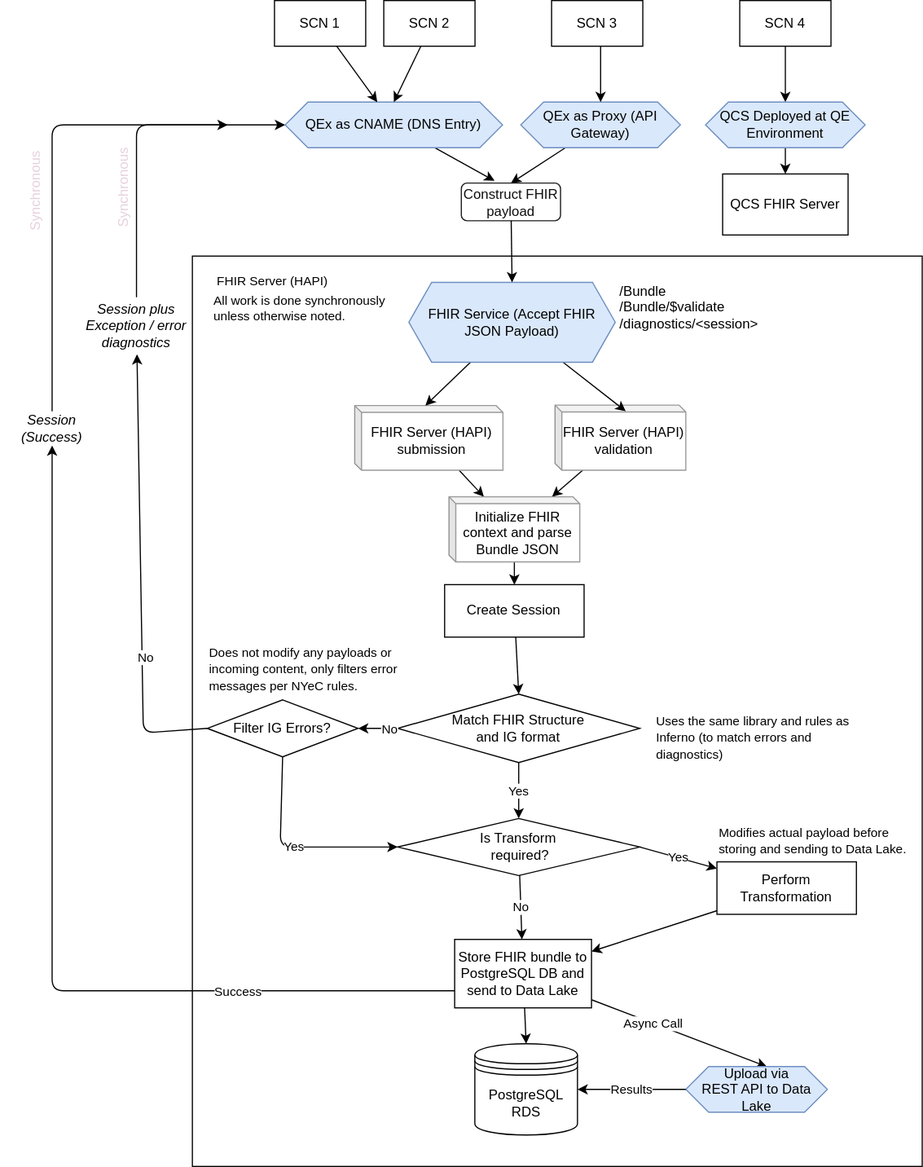
The draw.io diagram support/docs/qcs-fhir-service.drawio.svg in qe-collaborative-services/1115-hub, before a commit. Source tidied: cells renumbered, new cells last; positions are measured from the earlier drawing's top-left corner, leaving out a move shared by most shapes.
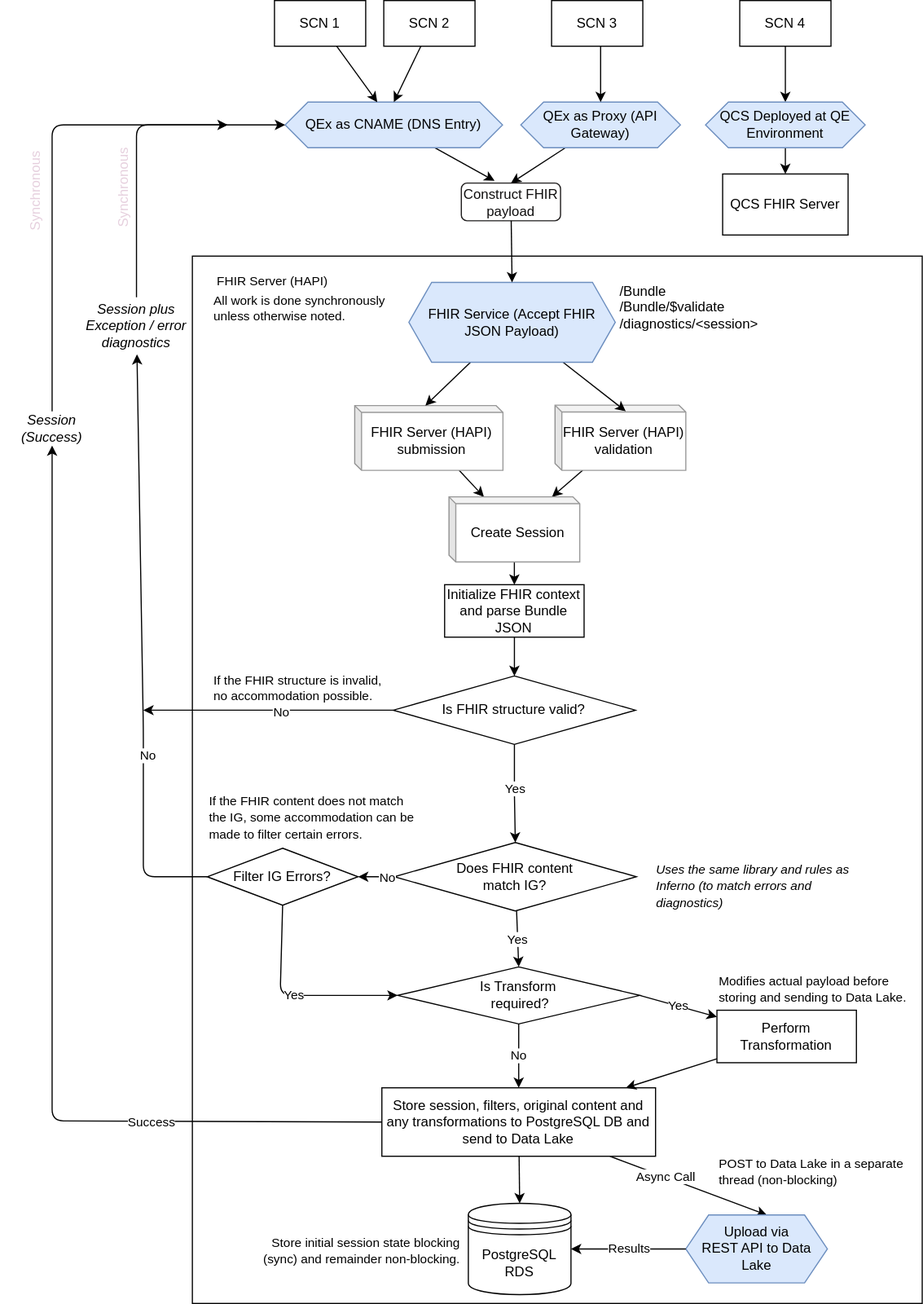
After the change.

Commit message:
docs: distinguish structure vs. content

Diff of the diagram source:
```diff
@@ -22,7 +22,7 @@
       <mxGeometry x="420.9" y="160" width="87" height="33" as="geometry" />
     </mxCell>
     <mxCell id="7" style="html=1;whiteSpace=wrap;" parent="1" vertex="1">
-      <mxGeometry x="185" y="224" width="640" height="798" as="geometry" />
+      <mxGeometry x="185" y="224" width="640" height="918" as="geometry" />
     </mxCell>
     <mxCell id="8" style="edgeStyle=none;html=1;fontColor=#000000;" parent="7" edge="1" source="9" target="20">
       <mxGeometry relative="1" as="geometry" />
@@ -36,8 +36,8 @@
     <mxCell id="11" value="&lt;font color=&quot;#000000&quot;&gt;FHIR Server (HAPI) validation&lt;/font&gt;" style="shape=cube;whiteSpace=wrap;html=1;boundedLbl=1;backgroundOutline=1;darkOpacity=0.05;darkOpacity2=0.1;strokeColor=#999999;fontColor=#999999;size=6;" parent="7" vertex="1">
       <mxGeometry x="318" y="130.6" width="114.7" height="57.1" as="geometry" />
     </mxCell>
-    <mxCell id="12" value="Match FHIR Structure&lt;br&gt;and IG format" style="rhombus;whiteSpace=wrap;html=1;" parent="7" vertex="1">
-      <mxGeometry x="180" y="384" width="212.3" height="60" as="geometry" />
+    <mxCell id="12" value="Does FHIR content&lt;br&gt;match IG?" style="rhombus;whiteSpace=wrap;html=1;" parent="7" vertex="1">
+      <mxGeometry x="177" y="514" width="212.3" height="60" as="geometry" />
     </mxCell>
     <mxCell id="13" value="Yes" style="edgeStyle=none;html=1;entryX=0.5;entryY=0;entryDx=0;entryDy=0;" parent="7" edge="1" source="12" target="35">
       <mxGeometry relative="1" as="geometry" />
@@ -56,20 +56,20 @@
     <mxCell id="17" value="Async Call" style="edgeLabel;html=1;align=center;verticalAlign=middle;" parent="16" vertex="1">
       <mxGeometry x="-0.3" relative="1" as="geometry" />
     </mxCell>
-    <mxCell id="18" value="Store FHIR bundle to PostgreSQL DB and send to Data Lake" style="rounded=0;whiteSpace=wrap;html=1;" parent="7" vertex="1">
-      <mxGeometry x="230" y="599" width="120" height="60" as="geometry" />
+    <mxCell id="18" value="Store session, filters, original content and any transformations to PostgreSQL DB and send to Data Lake" style="rounded=0;whiteSpace=wrap;html=1;" parent="7" vertex="1">
+      <mxGeometry x="166.2" y="729" width="240" height="60" as="geometry" />
     </mxCell>
     <mxCell id="19" style="edgeStyle=none;html=1;fontColor=#000000;" parent="7" edge="1" source="20" target="39">
       <mxGeometry relative="1" as="geometry" />
     </mxCell>
-    <mxCell id="20" value="&lt;font color=&quot;#000000&quot;&gt;Initialize FHIR context and parse Bundle JSON&lt;/font&gt;" style="shape=cube;whiteSpace=wrap;html=1;boundedLbl=1;backgroundOutline=1;darkOpacity=0.05;darkOpacity2=0.1;strokeColor=#999999;fontColor=#999999;size=6;" parent="7" vertex="1">
+    <mxCell id="20" value="&lt;span style=&quot;color: rgb(0, 0, 0);&quot;&gt;Create Session&lt;/span&gt;" style="shape=cube;whiteSpace=wrap;html=1;boundedLbl=1;backgroundOutline=1;darkOpacity=0.05;darkOpacity2=0.1;strokeColor=#999999;fontColor=#999999;size=6;" parent="7" vertex="1">
       <mxGeometry x="225" y="211" width="114.7" height="57.1" as="geometry" />
     </mxCell>
     <mxCell id="21" value="PostgreSQL RDS" style="shape=datastore;whiteSpace=wrap;html=1;" parent="7" vertex="1">
-      <mxGeometry x="247.7" y="690.5" width="90" height="80" as="geometry" />
+      <mxGeometry x="242" y="830.2" width="90" height="80" as="geometry" />
     </mxCell>
     <mxCell id="22" value="Upload via&lt;br&gt;REST API to Data Lake" style="shape=hexagon;perimeter=hexagonPerimeter2;whiteSpace=wrap;html=1;fixedSize=1;fillColor=#dae8fc;strokeColor=#6c8ebf;" parent="7" vertex="1">
-      <mxGeometry x="432.7" y="710.5" width="124.2" height="40" as="geometry" />
+      <mxGeometry x="432.7" y="840.5" width="124.2" height="59.5" as="geometry" />
     </mxCell>
     <mxCell id="23" style="edgeStyle=none;html=1;entryX=0.541;entryY=0.094;entryDx=0;entryDy=0;entryPerimeter=0;" parent="7" edge="1" source="25" target="11">
       <mxGeometry relative="1" as="geometry" />
@@ -84,12 +84,12 @@
       <mxGeometry x="372.9" y="15" width="140" height="60" as="geometry" />
     </mxCell>
     <mxCell id="27" value="Filter IG Errors?" style="rhombus;whiteSpace=wrap;html=1;" parent="7" vertex="1">
-      <mxGeometry x="13" y="389" width="132.3" height="50" as="geometry" />
+      <mxGeometry x="13" y="519" width="132.3" height="50" as="geometry" />
     </mxCell>
     <mxCell id="28" value="Yes" style="edgeStyle=none;html=1;entryX=0;entryY=0.5;entryDx=0;entryDy=0;exitX=0.5;exitY=1;exitDx=0;exitDy=0;" parent="7" edge="1" source="27" target="35">
       <mxGeometry relative="1" as="geometry">
         <Array as="points">
-          <mxPoint x="77" y="518" />
+          <mxPoint x="77" y="648" />
         </Array>
       </mxGeometry>
     </mxCell>
@@ -112,33 +112,60 @@
       <mxGeometry relative="1" as="geometry" />
     </mxCell>
     <mxCell id="35" value="Is Transform&lt;br&gt;&amp;nbsp;required?" style="rhombus;whiteSpace=wrap;html=1;" parent="7" vertex="1">
-      <mxGeometry x="180" y="493" width="212.3" height="50" as="geometry" />
+      <mxGeometry x="180" y="623" width="212.3" height="50" as="geometry" />
     </mxCell>
     <mxCell id="36" style="edgeStyle=none;html=1;" parent="7" edge="1" source="37" target="18">
       <mxGeometry relative="1" as="geometry" />
     </mxCell>
     <mxCell id="37" value="Perform Transformation" style="rounded=0;whiteSpace=wrap;html=1;" parent="7" vertex="1">
-      <mxGeometry x="460" y="531" width="122.3" height="46" as="geometry" />
+      <mxGeometry x="460" y="661" width="122.3" height="46" as="geometry" />
     </mxCell>
-    <mxCell id="38" style="edgeStyle=none;html=1;entryX=0.5;entryY=0;entryDx=0;entryDy=0;" parent="7" edge="1" source="39" target="12">
-      <mxGeometry relative="1" as="geometry" />
-    </mxCell>
+    <mxCell id="65" style="edgeStyle=orthogonalEdgeStyle;rounded=0;jettySize=auto;html=1;" parent="7" edge="1" source="39" target="72">
+      <mxGeometry relative="1" as="geometry" />
+    </mxCell>
-    <mxCell id="39" value="Create Session" style="rounded=0;whiteSpace=wrap;html=1;" parent="7" vertex="1">
+    <mxCell id="39" value="Initialize FHIR context and parse Bundle JSON" style="rounded=0;whiteSpace=wrap;html=1;" parent="7" vertex="1">
       <mxGeometry x="221.2" y="288" width="122.3" height="46" as="geometry" />
     </mxCell>
-    <mxCell id="40" value="&lt;div style=&quot;&quot;&gt;&lt;span style=&quot;font-size: 11px; text-wrap: nowrap; background-color: rgb(255, 255, 255);&quot;&gt;Uses the same library and rules as&lt;/span&gt;&lt;/div&gt;&lt;div style=&quot;&quot;&gt;&lt;span style=&quot;font-size: 11px; text-wrap: nowrap; background-color: rgb(255, 255, 255);&quot;&gt;Inferno (to&amp;nbsp;&lt;/span&gt;&lt;span style=&quot;background-color: rgb(255, 255, 255); font-size: 11px; text-wrap: nowrap;&quot;&gt;match errors and&amp;nbsp;&lt;/span&gt;&lt;/div&gt;&lt;div style=&quot;&quot;&gt;&lt;span style=&quot;background-color: rgb(255, 255, 255); font-size: 11px; text-wrap: nowrap;&quot;&gt;diagnostics)&lt;/span&gt;&lt;/div&gt;" style="text;whiteSpace=wrap;html=1;align=left;" parent="7" vertex="1">
-      <mxGeometry x="404.8" y="394" width="180" height="50" as="geometry" />
+    <mxCell id="40" value="&lt;div style=&quot;&quot;&gt;&lt;span style=&quot;font-size: 11px; text-wrap: nowrap; background-color: rgb(255, 255, 255);&quot;&gt;Uses the same library and rules as&lt;/span&gt;&lt;/div&gt;&lt;div style=&quot;&quot;&gt;&lt;span style=&quot;font-size: 11px; text-wrap: nowrap; background-color: rgb(255, 255, 255);&quot;&gt;Inferno (to&amp;nbsp;&lt;/span&gt;&lt;span style=&quot;background-color: rgb(255, 255, 255); font-size: 11px; text-wrap: nowrap;&quot;&gt;match errors and&amp;nbsp;&lt;/span&gt;&lt;/div&gt;&lt;div style=&quot;&quot;&gt;&lt;span style=&quot;background-color: rgb(255, 255, 255); font-size: 11px; text-wrap: nowrap;&quot;&gt;diagnostics)&lt;/span&gt;&lt;/div&gt;" style="text;whiteSpace=wrap;html=1;align=left;fontStyle=2;" parent="7" vertex="1">
+      <mxGeometry x="404.8" y="524" width="180" height="50" as="geometry" />
     </mxCell>
-    <mxCell id="41" value="&lt;div style=&quot;&quot;&gt;&lt;span style=&quot;font-size: 11px; text-wrap: nowrap; background-color: rgb(255, 255, 255);&quot;&gt;Does not modify any payloads or&lt;/span&gt;&lt;/div&gt;&lt;div style=&quot;&quot;&gt;&lt;span style=&quot;font-size: 11px; text-wrap: nowrap; background-color: rgb(255, 255, 255);&quot;&gt;incoming content, only filters error&lt;/span&gt;&lt;/div&gt;&lt;div style=&quot;&quot;&gt;&lt;span style=&quot;font-size: 11px; text-wrap: nowrap; background-color: rgb(255, 255, 255);&quot;&gt;messages per NYeC rules.&lt;/span&gt;&lt;/div&gt;" style="text;whiteSpace=wrap;html=1;align=left;" parent="7" vertex="1">
-      <mxGeometry x="13" y="334" width="180" height="50" as="geometry" />
+    <mxCell id="41" value="&lt;div style=&quot;&quot;&gt;&lt;span style=&quot;font-size: 11px; text-wrap: nowrap; background-color: rgb(255, 255, 255);&quot;&gt;If the FHIR content does not match&lt;/span&gt;&lt;/div&gt;&lt;div style=&quot;&quot;&gt;&lt;span style=&quot;font-size: 11px; text-wrap: nowrap; background-color: rgb(255, 255, 255);&quot;&gt;the IG, some accommodation can be&lt;/span&gt;&lt;/div&gt;&lt;div style=&quot;&quot;&gt;&lt;span style=&quot;font-size: 11px; text-wrap: nowrap; background-color: rgb(255, 255, 255);&quot;&gt;made to filter certain errors.&lt;/span&gt;&lt;/div&gt;" style="text;whiteSpace=wrap;html=1;align=left;" parent="7" vertex="1">
+      <mxGeometry x="13" y="464" width="180" height="50" as="geometry" />
     </mxCell>
     <mxCell id="42" value="&lt;div style=&quot;&quot;&gt;&lt;span style=&quot;font-size: 11px; text-wrap: nowrap; background-color: rgb(255, 255, 255);&quot;&gt;Modifies actual payload before&lt;/span&gt;&lt;/div&gt;&lt;div style=&quot;&quot;&gt;&lt;span style=&quot;font-size: 11px; text-wrap: nowrap; background-color: rgb(255, 255, 255);&quot;&gt;storing and sending to Data Lake.&lt;/span&gt;&lt;/div&gt;" style="text;whiteSpace=wrap;html=1;align=left;" parent="7" vertex="1">
-      <mxGeometry x="460" y="492" width="180" height="39" as="geometry" />
+      <mxGeometry x="460" y="622" width="180" height="39" as="geometry" />
     </mxCell>
+    <mxCell id="66" value="&lt;div style=&quot;&quot;&gt;&lt;span style=&quot;font-size: 11px; text-wrap: nowrap; background-color: rgb(255, 255, 255);&quot;&gt;POST to Data Lake in a separate&lt;/span&gt;&lt;/div&gt;&lt;div style=&quot;&quot;&gt;&lt;span style=&quot;font-size: 11px; text-wrap: nowrap; background-color: rgb(255, 255, 255);&quot;&gt;thread (non-blocking)&lt;/span&gt;&lt;/div&gt;" style="text;whiteSpace=wrap;html=1;align=left;" parent="7" vertex="1">
+      <mxGeometry x="460" y="781.5" width="180" height="39" as="geometry" />
+    </mxCell>
+    <mxCell id="67" value="&lt;div style=&quot;&quot;&gt;&lt;span style=&quot;font-size: 11px; text-wrap: nowrap; background-color: rgb(255, 255, 255);&quot;&gt;Store initial session state blocking&lt;/span&gt;&lt;/div&gt;&lt;div style=&quot;&quot;&gt;&lt;span style=&quot;font-size: 11px; text-wrap: nowrap; background-color: rgb(255, 255, 255);&quot;&gt;(sync) and remainder non-blocking.&lt;/span&gt;&lt;/div&gt;" style="text;whiteSpace=wrap;html=1;align=right;" parent="7" vertex="1">
+      <mxGeometry x="57" y="850.8" width="180" height="39" as="geometry" />
+    </mxCell>
+    <mxCell id="68" style="edgeStyle=orthogonalEdgeStyle;rounded=0;jettySize=auto;html=1;" parent="7" edge="1" source="72" target="12">
+      <mxGeometry relative="1" as="geometry" />
+    </mxCell>
+    <mxCell id="69" value="Yes" style="edgeLabel;html=1;align=center;verticalAlign=middle;" parent="68" vertex="1">
+      <mxGeometry x="-0.1" relative="1" as="geometry" />
+    </mxCell>
+    <mxCell id="70" style="edgeStyle=orthogonalEdgeStyle;rounded=0;jettySize=auto;html=1;" parent="7" edge="1" source="72">
+      <mxGeometry relative="1" as="geometry">
+        <mxPoint x="-43" y="398" as="targetPoint" />
+      </mxGeometry>
+    </mxCell>
+    <mxCell id="71" value="No" style="edgeLabel;html=1;align=center;verticalAlign=middle;" parent="70" vertex="1">
+      <mxGeometry x="-0.1" y="1" relative="1" as="geometry" />
+    </mxCell>
+    <mxCell id="72" value="Is FHIR structure valid?" style="rhombus;whiteSpace=wrap;html=1;" parent="7" vertex="1">
+      <mxGeometry x="176.2" y="368" width="212.3" height="60" as="geometry" />
+    </mxCell>
+    <mxCell id="73" value="&lt;div style=&quot;&quot;&gt;&lt;span style=&quot;font-size: 11px; text-wrap: nowrap; background-color: rgb(255, 255, 255);&quot;&gt;If the FHIR structure is invalid,&lt;/span&gt;&lt;/div&gt;&lt;div style=&quot;&quot;&gt;&lt;span style=&quot;font-size: 11px; text-wrap: nowrap; background-color: rgb(255, 255, 255);&quot;&gt;no accommodation possible.&lt;/span&gt;&lt;/div&gt;" style="text;whiteSpace=wrap;html=1;align=left;" parent="7" vertex="1">
+      <mxGeometry x="17" y="358" width="180" height="42" as="geometry" />
+    </mxCell>
     <mxCell id="43" style="edgeStyle=none;html=1;fontColor=#000000;exitX=0;exitY=0.5;exitDx=0;exitDy=0;" parent="1" edge="1" source="27" target="5">
       <mxGeometry relative="1" as="geometry">
         <Array as="points">
-          <mxPoint x="142" y="642" />
+          <mxPoint x="142" y="768" />
+          <mxPoint x="142" y="638" />
         </Array>
       </mxGeometry>
     </mxCell>
@@ -202,10 +229,10 @@
     <mxCell id="60" value="&lt;span style=&quot;&quot;&gt;Session (Success)&lt;/span&gt;" style="text;html=1;strokeColor=none;fillColor=none;align=center;verticalAlign=middle;whiteSpace=wrap;rounded=0;fontStyle=2;" parent="1" vertex="1">
       <mxGeometry x="17" y="360" width="90" height="30" as="geometry" />
     </mxCell>
-    <mxCell id="61" style="edgeStyle=none;html=1;fontColor=#000000;exitX=0;exitY=0.75;exitDx=0;exitDy=0;entryX=0.5;entryY=1;entryDx=0;entryDy=0;" parent="1" edge="1" source="18" target="60">
+    <mxCell id="61" style="edgeStyle=none;html=1;fontColor=#000000;exitX=0;exitY=0.5;exitDx=0;exitDy=0;entryX=0.5;entryY=1;entryDx=0;entryDy=0;" parent="1" edge="1" source="18" target="60">
       <mxGeometry relative="1" as="geometry">
         <Array as="points">
-          <mxPoint x="62" y="868" />
+          <mxPoint x="62" y="982" />
         </Array>
       </mxGeometry>
     </mxCell>
```
